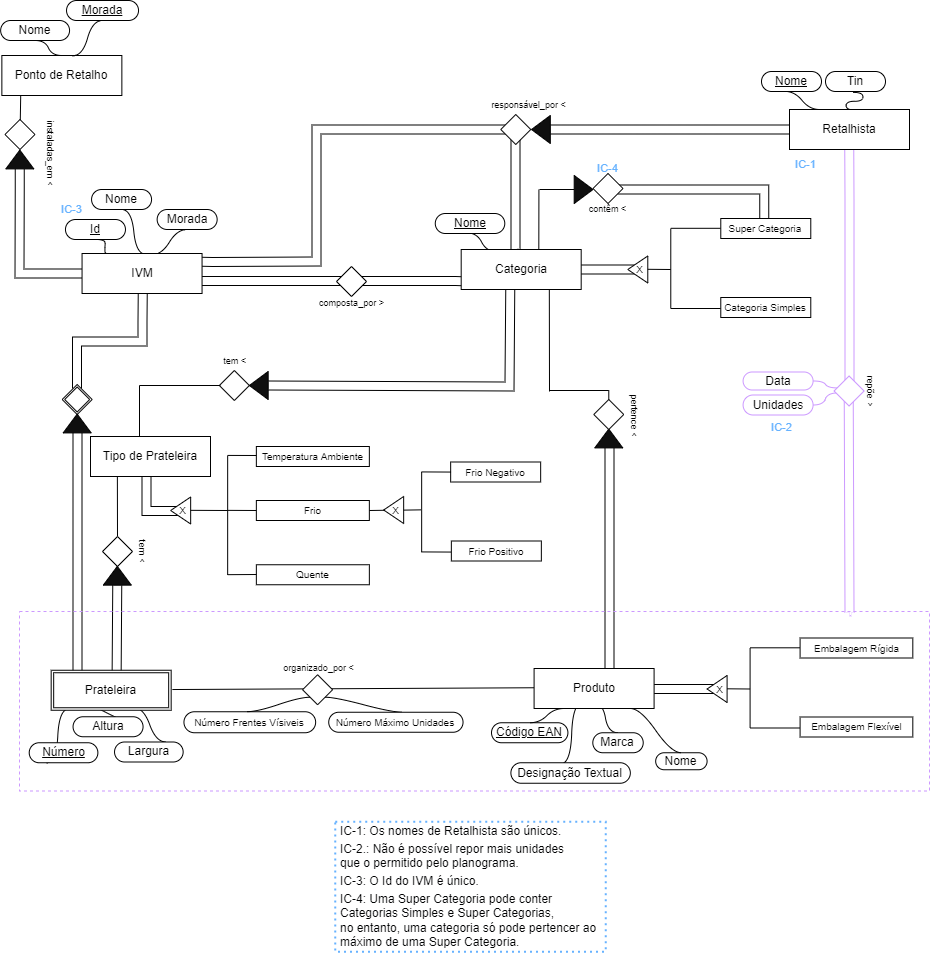
The draw.io diagram Untitled Diagram.drawio.png in raquelfmcardoso/bd-2021-2022-project0102, before a commit. Source tidied: cells renumbered, new cells last; positions are measured from the earlier drawing's top-left corner, leaving out a move shared by most shapes.
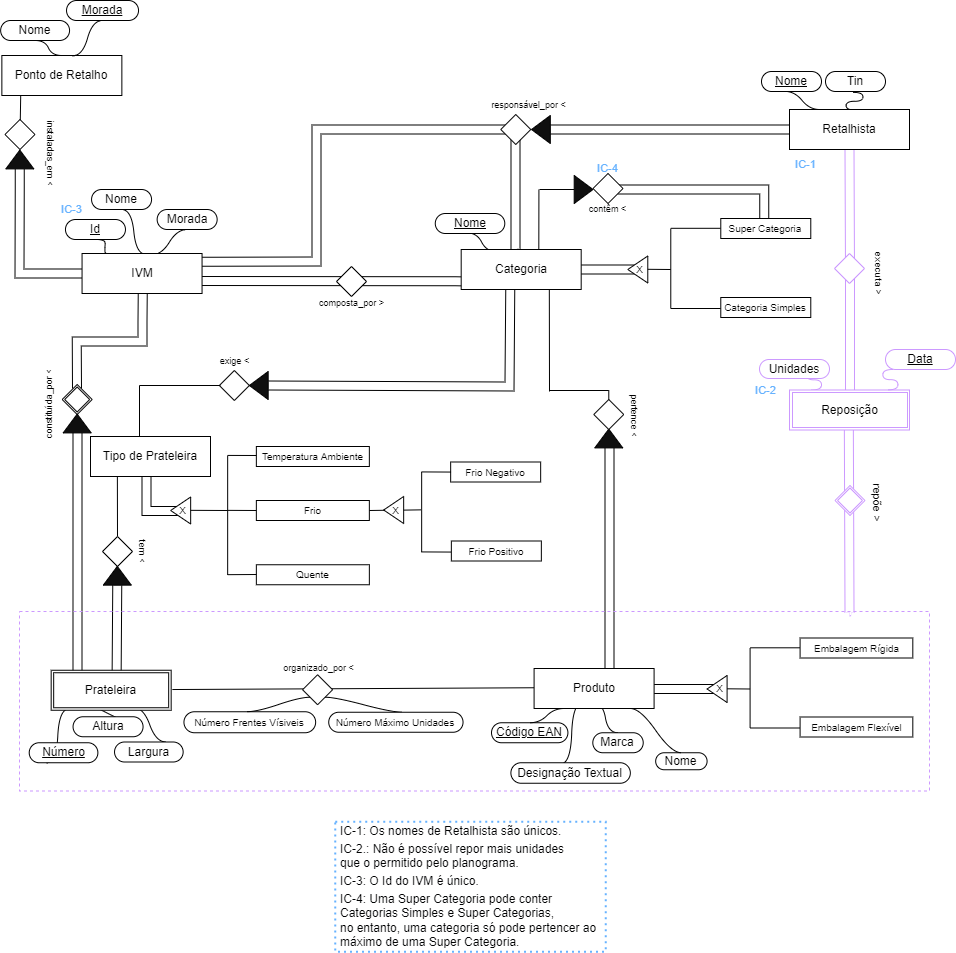
After the change.

Commit message:
update proj_almost_final

The edit, as a diff of the source:
```diff
@@ -2,6 +2,17 @@
   <root>
     <mxCell id="0" />
     <mxCell id="1" parent="0" />
+    <mxCell id="143" style="shape=filledEdge;rounded=0;fixDash=1;endArrow=none;strokeWidth=10;fillColor=#ffffff;edgeStyle=orthogonalEdgeStyle;strokeColor=#CC99FF;exitX=0.5;exitY=0;exitDx=0;exitDy=0;" parent="1" edge="1" target="109">
+      <mxGeometry relative="1" as="geometry">
+        <mxPoint x="849.5" y="392" as="sourcePoint" />
+      </mxGeometry>
+    </mxCell>
+    <mxCell id="144" style="edgeStyle=entityRelationEdgeStyle;startArrow=none;endArrow=none;segment=10;curved=1;rounded=0;fontFamily=Helvetica;entryX=0.458;entryY=1.044;entryDx=0;entryDy=0;entryPerimeter=0;exitX=0.82;exitY=-0.004;exitDx=0;exitDy=0;exitPerimeter=0;strokeColor=#CC99FF;" parent="1" edge="1">
+      <mxGeometry relative="1" as="geometry">
+        <mxPoint x="811" y="389.5" as="sourcePoint" />
+        <mxPoint x="816" y="369.2" as="targetPoint" />
+      </mxGeometry>
+    </mxCell>
     <mxCell id="2" style="endArrow=none;html=1;rounded=0;fontFamily=Helvetica;fontSize=10;" parent="1" edge="1">
       <mxGeometry relative="1" as="geometry">
         <mxPoint x="117" y="536" as="sourcePoint" />
@@ -61,9 +72,6 @@
     <mxCell id="10" style="edgeStyle=entityRelationEdgeStyle;startArrow=none;endArrow=none;segment=10;curved=1;rounded=0;fontFamily=Helvetica;exitX=0.556;exitY=0.017;exitDx=0;exitDy=0;entryX=0.458;entryY=1.044;entryDx=0;entryDy=0;exitPerimeter=0;entryPerimeter=0;" parent="1" edge="1" source="109" target="127">
       <mxGeometry relative="1" as="geometry" />
     </mxCell>
-    <mxCell id="11" style="edgeStyle=entityRelationEdgeStyle;startArrow=none;endArrow=none;segment=10;curved=1;rounded=0;fontFamily=Helvetica;exitX=0.12;exitY=0.565;exitDx=0;exitDy=0;fontColor=#CC99FF;strokeColor=#CC99FF;exitPerimeter=0;" parent="1" edge="1" source="112" target="128">
-      <mxGeometry relative="1" as="geometry" />
-    </mxCell>
     <mxCell id="12" style="shape=filledEdge;rounded=0;fixDash=1;endArrow=none;strokeWidth=10;fillColor=#ffffff;edgeStyle=orthogonalEdgeStyle;exitX=0.994;exitY=0.209;exitDx=0;exitDy=0;exitPerimeter=0;" parent="1" edge="1" source="70">
       <mxGeometry relative="1" as="geometry">
         <mxPoint x="509" y="129" as="targetPoint" />
@@ -100,25 +108,12 @@
         </Array>
       </mxGeometry>
     </mxCell>
-    <mxCell id="16" style="shape=filledEdge;rounded=0;fixDash=1;endArrow=none;strokeWidth=10;fillColor=#ffffff;edgeStyle=orthogonalEdgeStyle;strokeColor=#CC99FF;" parent="1" edge="1">
-      <mxGeometry relative="1" as="geometry">
-        <mxPoint x="849" y="381" as="sourcePoint" />
-        <mxPoint x="848.8" y="149" as="targetPoint" />
-        <Array as="points">
-          <mxPoint x="848.8" y="199" />
-          <mxPoint x="848.8" y="199" />
-        </Array>
-      </mxGeometry>
-    </mxCell>
     <mxCell id="17" style="edgeStyle=entityRelationEdgeStyle;startArrow=none;endArrow=none;segment=10;curved=1;rounded=0;fontFamily=Helvetica;entryX=0.544;entryY=-0.006;entryDx=0;entryDy=0;exitX=1;exitY=1;exitDx=0;exitDy=0;entryPerimeter=0;" parent="1" edge="1" source="121" target="122">
       <mxGeometry relative="1" as="geometry" />
     </mxCell>
     <mxCell id="18" style="edgeStyle=entityRelationEdgeStyle;startArrow=none;endArrow=none;segment=10;curved=1;rounded=0;fontFamily=Helvetica;entryX=0.386;entryY=0.993;entryDx=0;entryDy=0;entryPerimeter=0;exitX=0.25;exitY=0;exitDx=0;exitDy=0;" parent="1" edge="1" source="109" target="110">
       <mxGeometry relative="1" as="geometry" />
     </mxCell>
-    <mxCell id="19" style="edgeStyle=entityRelationEdgeStyle;startArrow=none;endArrow=none;segment=10;curved=1;rounded=0;fontFamily=Helvetica;fontColor=#CC99FF;strokeColor=#CC99FF;exitX=0.132;exitY=0.398;exitDx=0;exitDy=0;exitPerimeter=0;" parent="1" edge="1" source="112" target="111">
-      <mxGeometry relative="1" as="geometry" />
-    </mxCell>
     <mxCell id="20" style="endArrow=none;html=1;rounded=0;fontFamily=Helvetica;fontSize=10;entryX=0.482;entryY=0.985;entryDx=0;entryDy=0;entryPerimeter=0;" parent="1" edge="1">
       <mxGeometry relative="1" as="geometry">
         <mxPoint x="549" y="391" as="sourcePoint" />
@@ -484,15 +479,6 @@
     <mxCell id="110" value="&lt;u&gt;Nome&lt;/u&gt;" style="whiteSpace=wrap;html=1;rounded=1;arcSize=50;align=center;verticalAlign=middle;strokeWidth=1;spacing=4;newEdgeStyle={&quot;edgeStyle&quot;:&quot;entityRelationEdgeStyle&quot;,&quot;startArrow&quot;:&quot;none&quot;,&quot;endArrow&quot;:&quot;none&quot;,&quot;segment&quot;:10,&quot;curved&quot;:1};fontFamily=Helvetica;" parent="1" vertex="1" collapsed="1">
       <mxGeometry x="761" y="71" width="60" height="20" as="geometry" />
     </mxCell>
-    <mxCell id="111" value="Data" style="whiteSpace=wrap;html=1;rounded=1;arcSize=50;align=center;verticalAlign=middle;strokeWidth=1;spacing=4;newEdgeStyle={&quot;edgeStyle&quot;:&quot;entityRelationEdgeStyle&quot;,&quot;startArrow&quot;:&quot;none&quot;,&quot;endArrow&quot;:&quot;none&quot;,&quot;segment&quot;:10,&quot;curved&quot;:1};fontFamily=Helvetica;strokeColor=#CC99FF;" parent="1" vertex="1" collapsed="1">
-      <mxGeometry x="742.6" y="371.5" width="70" height="18" as="geometry" />
-    </mxCell>
-    <mxCell id="112" style="rhombus;whiteSpace=wrap;html=1;fontFamily=Helvetica;strokeColor=#CC99FF;" parent="1" vertex="1">
-      <mxGeometry x="833.6" y="375.5" width="30" height="30" as="geometry" />
-    </mxCell>
-    <mxCell id="113" value="repõe &amp;gt;" style="text;html=1;align=center;verticalAlign=middle;strokeColor=none;fillColor=none;fontSize=9;fontFamily=Helvetica;rotation=90;" parent="1" vertex="1">
-      <mxGeometry x="845.6" y="380.5" width="50" height="20" as="geometry" />
-    </mxCell>
     <mxCell id="114" value="&lt;font color=&quot;#66b2ff&quot; style=&quot;font-size: 11px;&quot;&gt;IC-3&lt;/font&gt;" style="text;html=1;align=center;verticalAlign=middle;strokeColor=none;fillColor=none;fontSize=9;fontFamily=Helvetica;" parent="1" vertex="1">
       <mxGeometry x="50.7" y="199" width="40" height="20" as="geometry" />
     </mxCell>
@@ -503,7 +489,7 @@
       <mxGeometry x="582.2" y="199" width="50" height="20" as="geometry" />
     </mxCell>
     <mxCell id="117" value="&lt;font color=&quot;#66b2ff&quot; style=&quot;font-size: 11px;&quot;&gt;IC-2&lt;/font&gt;" style="text;html=1;align=center;verticalAlign=middle;strokeColor=none;fillColor=none;fontSize=9;fontFamily=Helvetica;" parent="1" vertex="1">
-      <mxGeometry x="761" y="417" width="40" height="20" as="geometry" />
+      <mxGeometry x="745" y="380" width="40" height="20" as="geometry" />
     </mxCell>
     <mxCell id="118" value="&lt;font color=&quot;#66b2ff&quot; style=&quot;font-size: 11px;&quot;&gt;IC-4&lt;/font&gt;" style="text;html=1;align=center;verticalAlign=middle;strokeColor=none;fillColor=none;fontSize=9;fontFamily=Helvetica;" parent="1" vertex="1">
       <mxGeometry x="587.2" y="158" width="40" height="20" as="geometry" />
@@ -535,9 +521,6 @@
     <mxCell id="127" value="Tin" style="whiteSpace=wrap;html=1;rounded=1;arcSize=50;align=center;verticalAlign=middle;strokeWidth=1;spacing=4;newEdgeStyle={&quot;edgeStyle&quot;:&quot;entityRelationEdgeStyle&quot;,&quot;startArrow&quot;:&quot;none&quot;,&quot;endArrow&quot;:&quot;none&quot;,&quot;segment&quot;:10,&quot;curved&quot;:1};fontFamily=Helvetica;" parent="1" vertex="1" collapsed="1">
       <mxGeometry x="825" y="71" width="60" height="20" as="geometry" />
     </mxCell>
-    <mxCell id="128" value="Unidades" style="whiteSpace=wrap;html=1;rounded=1;arcSize=50;align=center;verticalAlign=middle;strokeWidth=1;spacing=4;newEdgeStyle={&quot;edgeStyle&quot;:&quot;entityRelationEdgeStyle&quot;,&quot;startArrow&quot;:&quot;none&quot;,&quot;endArrow&quot;:&quot;none&quot;,&quot;segment&quot;:10,&quot;curved&quot;:1};fontFamily=Helvetica;strokeColor=#CC99FF;" parent="1" vertex="1" collapsed="1">
-      <mxGeometry x="742.6" y="394.5" width="70" height="20" as="geometry" />
-    </mxCell>
     <mxCell id="129" value="Tipo de Prateleira" style="rounded=0;whiteSpace=wrap;html=1;fontFamily=Helvetica;" parent="1" vertex="1">
       <mxGeometry x="90" y="436" width="120" height="40" as="geometry" />
     </mxCell>
@@ -588,7 +571,7 @@
     <mxCell id="139" style="triangle;whiteSpace=wrap;html=1;fontFamily=Helvetica;fillColor=#0F0F0F;rotation=-180;" parent="1" vertex="1">
       <mxGeometry x="248.9" y="371" width="18.8" height="28" as="geometry" />
     </mxCell>
-    <mxCell id="140" value="tem &amp;lt;" style="text;html=1;align=center;verticalAlign=middle;strokeColor=none;fillColor=none;fontSize=9;fontFamily=Helvetica;" parent="1" vertex="1">
+    <mxCell id="140" value="exige &amp;lt;" style="text;html=1;align=center;verticalAlign=middle;strokeColor=none;fillColor=none;fontSize=9;fontFamily=Helvetica;" parent="1" vertex="1">
       <mxGeometry x="213.9" y="351" width="40" height="20" as="geometry" />
     </mxCell>
     <mxCell id="141" value="tem &amp;lt;" style="text;html=1;align=center;verticalAlign=middle;strokeColor=none;fillColor=none;fontSize=9;fontFamily=Helvetica;rotation=90;" parent="1" vertex="1">
@@ -597,5 +580,40 @@
     <mxCell id="142" style="rhombus;whiteSpace=wrap;html=1;fontFamily=Helvetica;" parent="1" vertex="1">
       <mxGeometry x="4.5" y="119" width="30" height="30" as="geometry" />
     </mxCell>
+    <mxCell id="145" value="Reposição" style="rounded=0;whiteSpace=wrap;html=1;fontFamily=Helvetica;strokeColor=#CC99FF;" parent="1" vertex="1">
+      <mxGeometry x="789" y="389.5" width="120" height="40" as="geometry" />
+    </mxCell>
+    <mxCell id="111" value="&lt;u&gt;Data&lt;/u&gt;" style="whiteSpace=wrap;html=1;rounded=1;arcSize=50;align=center;verticalAlign=middle;strokeWidth=1;spacing=4;newEdgeStyle={&quot;edgeStyle&quot;:&quot;entityRelationEdgeStyle&quot;,&quot;startArrow&quot;:&quot;none&quot;,&quot;endArrow&quot;:&quot;none&quot;,&quot;segment&quot;:10,&quot;curved&quot;:1};fontFamily=Helvetica;strokeColor=#CC99FF;" parent="1" vertex="1">
+      <mxGeometry x="885" y="349" width="70" height="20" as="geometry" />
+    </mxCell>
+    <mxCell id="146" style="edgeStyle=entityRelationEdgeStyle;startArrow=none;endArrow=none;segment=10;curved=1;rounded=0;fontFamily=Helvetica;entryX=0.458;entryY=1.044;entryDx=0;entryDy=0;entryPerimeter=0;exitX=0.82;exitY=-0.004;exitDx=0;exitDy=0;exitPerimeter=0;strokeColor=#CC99FF;" parent="1" edge="1" source="145">
+      <mxGeometry relative="1" as="geometry">
+        <mxPoint x="892.4" y="369" as="targetPoint" />
+      </mxGeometry>
+    </mxCell>
+    <mxCell id="128" value="Unidades" style="whiteSpace=wrap;html=1;rounded=1;arcSize=50;align=center;verticalAlign=middle;strokeWidth=1;spacing=4;newEdgeStyle={&quot;edgeStyle&quot;:&quot;entityRelationEdgeStyle&quot;,&quot;startArrow&quot;:&quot;none&quot;,&quot;endArrow&quot;:&quot;none&quot;,&quot;segment&quot;:10,&quot;curved&quot;:1};fontFamily=Helvetica;strokeColor=#CC99FF;" parent="1" vertex="1">
+      <mxGeometry x="759" y="359" width="70" height="19" as="geometry" />
+    </mxCell>
+    <mxCell id="147" style="rhombus;whiteSpace=wrap;html=1;fontFamily=Helvetica;strokeColor=#CC99FF;" parent="1" vertex="1">
+      <mxGeometry x="834" y="253" width="30" height="30" as="geometry" />
+    </mxCell>
+    <mxCell id="148" value="Reposição" style="rounded=0;whiteSpace=wrap;html=1;fontFamily=Helvetica;strokeColor=#CC99FF;" parent="1" vertex="1">
+      <mxGeometry x="792" y="392" width="115" height="35" as="geometry" />
+    </mxCell>
+    <mxCell id="149" style="rhombus;whiteSpace=wrap;html=1;fontFamily=Helvetica;strokeColor=#CC99FF;" parent="1" vertex="1">
+      <mxGeometry x="834.5" y="485" width="30" height="30" as="geometry" />
+    </mxCell>
+    <mxCell id="150" style="rhombus;whiteSpace=wrap;html=1;fontFamily=Helvetica;strokeColor=#CC99FF;" parent="1" vertex="1">
+      <mxGeometry x="837" y="487.5" width="25" height="25" as="geometry" />
+    </mxCell>
+    <mxCell id="151" value="&lt;font size=&quot;1&quot;&gt;executa &amp;gt;&lt;/font&gt;" style="text;html=1;align=center;verticalAlign=middle;strokeColor=none;fillColor=none;rotation=90;" parent="1" vertex="1">
+      <mxGeometry x="849" y="262.5" width="60" height="20" as="geometry" />
+    </mxCell>
+    <mxCell id="113" value="repõe &amp;gt;" style="text;html=1;align=center;verticalAlign=middle;strokeColor=none;fillColor=none;fontSize=11;rotation=90;" parent="1" vertex="1">
+      <mxGeometry x="852" y="492.5" width="50" height="20" as="geometry" />
+    </mxCell>
+    <mxCell id="152" value="constituída_por &amp;lt;" style="text;html=1;align=center;verticalAlign=middle;strokeColor=none;fillColor=none;fontSize=9;rotation=-90;" parent="1" vertex="1">
+      <mxGeometry x="8.6" y="394" width="80" height="20" as="geometry" />
+    </mxCell>
   </root>
 </mxGraphModel>
```
